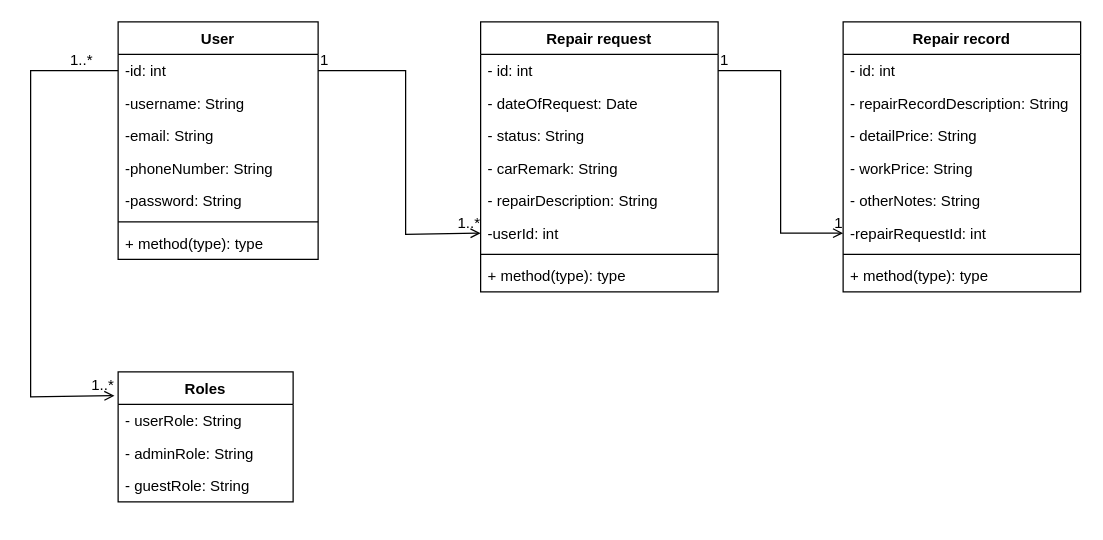
The draw.io diagram class diagram.drawio in MishaAvizhen/MiAvStoApp, before the edit. Source tidied: cells renumbered, new cells numbered last; positions are measured from the earlier drawing's top-left corner, leaving out a move shared by most shapes. Both pictures are drawn from the tidied source at 125%, with x=0, y=0 at pixel (30, 21).
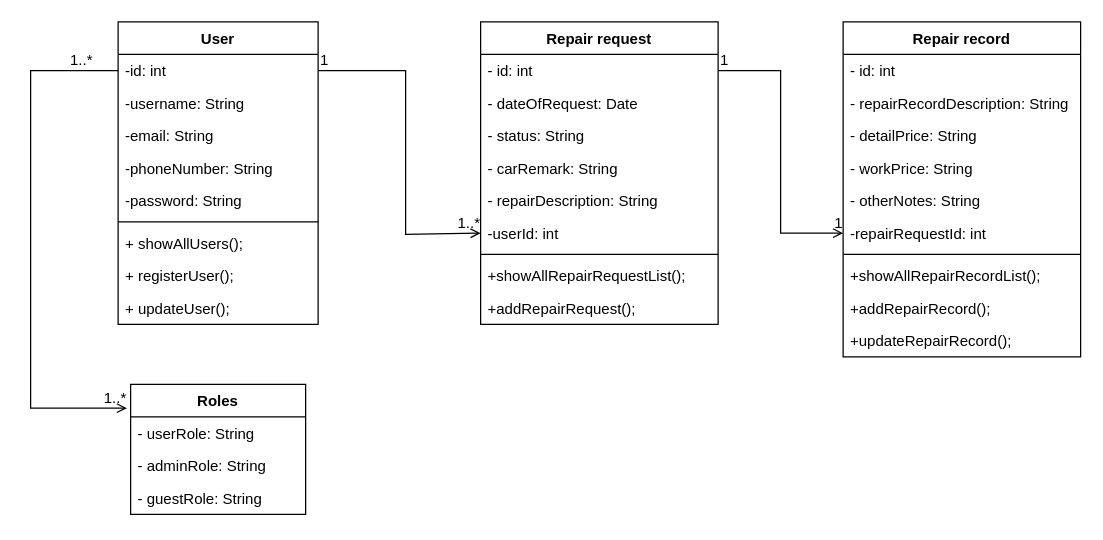
The same page after the edit.

Unchanged cells that the change refers to:
```xml
<mxCell id="3" value="-id: int" style="text;strokeColor=none;fillColor=none;align=left;verticalAlign=top;spacingLeft=4;spacingRight=4;overflow=hidden;points=[[0,0.5],[1,0.5]];portConstraint=eastwest;" parent="2" vertex="1">
  <mxGeometry y="26" width="160" height="26" as="geometry" />
</mxCell>
```

Change to the diagram source:
```diff
@@
     <mxCell id="2" value="User" style="swimlane;fontStyle=1;align=center;verticalAlign=top;horizontal=1;startSize=26;" parent="1" vertex="1">
-      <mxGeometry x="70" width="160" height="190" as="geometry" />
+      <mxGeometry x="70" width="160" height="242" as="geometry" />
     </mxCell>
@@
-    <mxCell id="9" value="+ method(type): type" style="text;strokeColor=none;fillColor=none;align=left;verticalAlign=top;spacingLeft=4;spacingRight=4;overflow=hidden;" parent="2" vertex="1">
+    <mxCell id="9" value="+ showAllUsers();" style="text;strokeColor=none;fillColor=none;align=left;verticalAlign=top;spacingLeft=4;spacingRight=4;overflow=hidden;" parent="2" vertex="1">
       <mxGeometry y="164" width="160" height="26" as="geometry" />
     </mxCell>
+    <mxCell id="41" value="+ registerUser();" style="text;strokeColor=none;fillColor=none;align=left;verticalAlign=top;spacingLeft=4;spacingRight=4;overflow=hidden;" parent="2" vertex="1">
+      <mxGeometry y="190" width="160" height="26" as="geometry" />
+    </mxCell>
+    <mxCell id="42" value="+ updateUser();" style="text;strokeColor=none;fillColor=none;align=left;verticalAlign=top;spacingLeft=4;spacingRight=4;overflow=hidden;" parent="2" vertex="1">
+      <mxGeometry y="216" width="160" height="26" as="geometry" />
+    </mxCell>
     <mxCell id="10" value="Repair record" style="swimlane;fontStyle=1;align=center;verticalAlign=top;horizontal=1;startSize=26;" parent="1" vertex="1">
-      <mxGeometry x="650" width="190" height="216" as="geometry" />
+      <mxGeometry x="650" width="190" height="268" as="geometry" />
     </mxCell>
@@
-    <mxCell id="18" value="+ method(type): type" style="text;strokeColor=none;fillColor=none;align=left;verticalAlign=top;spacingLeft=4;spacingRight=4;overflow=hidden;" parent="10" vertex="1">
+    <mxCell id="18" value="+showAllRepairRecordList();" style="text;strokeColor=none;fillColor=none;align=left;verticalAlign=top;spacingLeft=4;spacingRight=4;overflow=hidden;" parent="10" vertex="1">
       <mxGeometry y="190" width="190" height="26" as="geometry" />
     </mxCell>
+    <mxCell id="43" value="+addRepairRecord();" style="text;strokeColor=none;fillColor=none;align=left;verticalAlign=top;spacingLeft=4;spacingRight=4;overflow=hidden;" parent="10" vertex="1">
+      <mxGeometry y="216" width="190" height="26" as="geometry" />
+    </mxCell>
+    <mxCell id="44" value="+updateRepairRecord();" style="text;strokeColor=none;fillColor=none;align=left;verticalAlign=top;spacingLeft=4;spacingRight=4;overflow=hidden;" parent="10" vertex="1">
+      <mxGeometry y="242" width="190" height="26" as="geometry" />
+    </mxCell>
     <mxCell id="19" value="Repair request" style="swimlane;fontStyle=1;align=center;verticalAlign=top;horizontal=1;startSize=26;" parent="1" vertex="1">
-      <mxGeometry x="360" width="190" height="216" as="geometry" />
+      <mxGeometry x="360" width="190" height="242" as="geometry" />
     </mxCell>
@@
-    <mxCell id="27" value="+ method(type): type" style="text;strokeColor=none;fillColor=none;align=left;verticalAlign=top;spacingLeft=4;spacingRight=4;overflow=hidden;" parent="19" vertex="1">
-      <mxGeometry y="190" width="190" height="26" as="geometry" />
-    </mxCell>
+    <mxCell id="45" value="+showAllRepairRequestList();" style="text;strokeColor=none;fillColor=none;align=left;verticalAlign=top;spacingLeft=4;spacingRight=4;overflow=hidden;" parent="19" vertex="1">
+      <mxGeometry y="190" width="190" height="26" as="geometry" />
+    </mxCell>
+    <mxCell id="46" value="+addRepairRequest();" style="text;strokeColor=none;fillColor=none;align=left;verticalAlign=top;spacingLeft=4;spacingRight=4;overflow=hidden;" parent="19" vertex="1">
+      <mxGeometry y="216" width="190" height="26" as="geometry" />
+    </mxCell>
     <mxCell id="28" value="Roles" style="swimlane;fontStyle=1;horizontal=1;startSize=26;fillColor=none;" parent="1" vertex="1">
-      <mxGeometry x="70" y="280" width="140" height="104" as="geometry" />
+      <mxGeometry x="80" y="290" width="140" height="104" as="geometry" />
     </mxCell>
@@
     <mxCell id="32" style="endArrow=open;html=1;rounded=0;align=center;verticalAlign=top;endFill=0;labelBackgroundColor=none;exitX=0;exitY=0.5;exitDx=0;exitDy=0;entryX=-0.021;entryY=0.183;entryDx=0;entryDy=0;entryPerimeter=0;" parent="1" edge="1" source="3" target="28">
       <mxGeometry relative="1" as="geometry">
         <Array as="points">
           <mxPoint y="39" />
-          <mxPoint y="300" />
+          <mxPoint y="309" />
         </Array>
       </mxGeometry>
     </mxCell>
```
